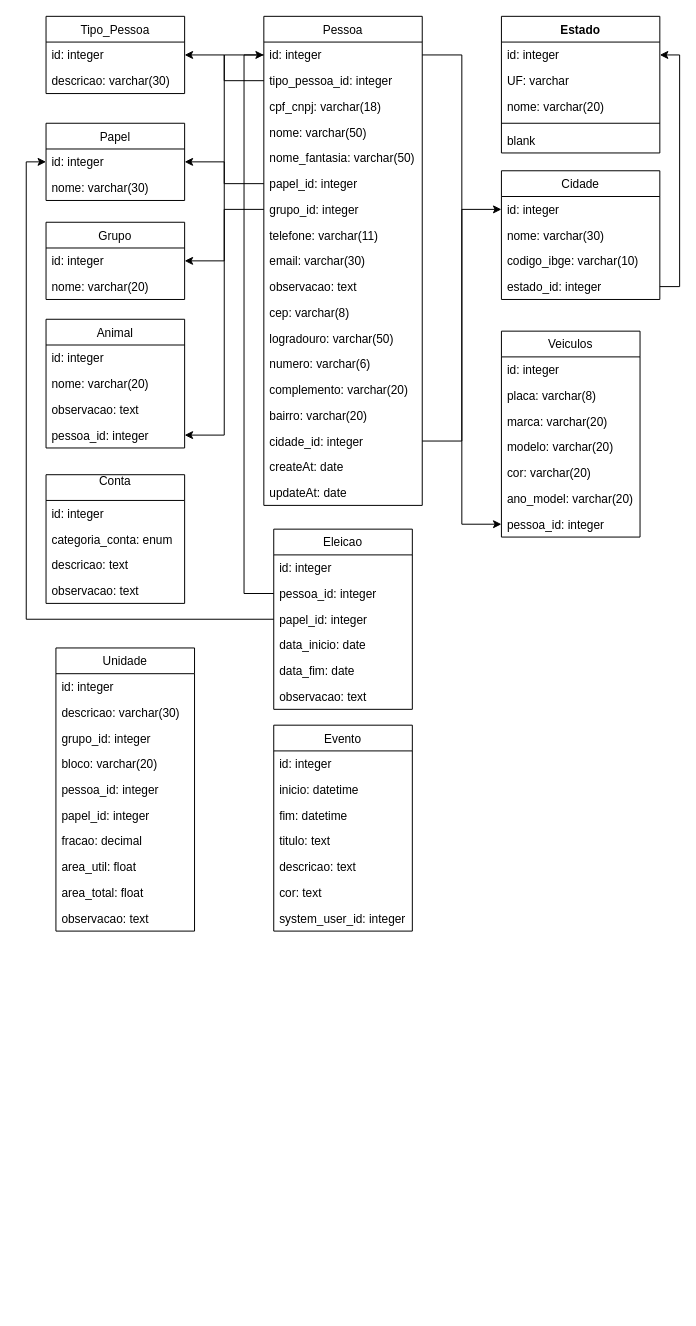
edusmrs/Condominio keeps this draw.io diagram as Diagrama de Classes db_condominio.drawio. Above is the earlier version. Source tidied: cells renumbered, new cells numbered last; positions are measured from the earlier drawing's top-left corner, leaving out a move shared by most shapes. Both pictures are drawn from the tidied source at 99%, with x=0, y=0 at pixel (46, 16).
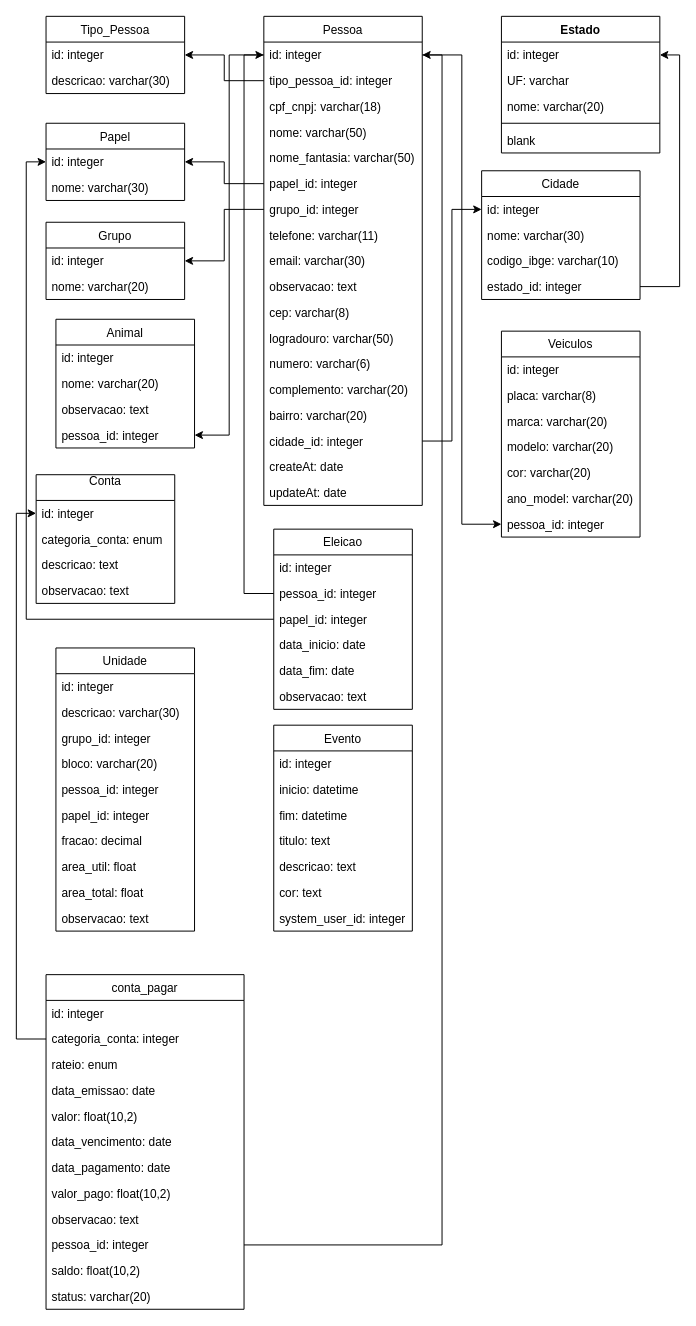
After the change.

The change refers to these unchanged cells:
```xml
<mxCell id="17" value="id: integer" style="text;strokeColor=none;fillColor=none;align=left;verticalAlign=top;spacingLeft=4;spacingRight=4;overflow=hidden;points=[[0,0.5],[1,0.5]];portConstraint=eastwest;" parent="16" vertex="1">
  <mxGeometry y="26" width="160" height="26" as="geometry" />
</mxCell>
<mxCell id="90" value="id: integer" style="text;strokeColor=none;fillColor=none;align=left;verticalAlign=top;spacingLeft=4;spacingRight=4;overflow=hidden;points=[[0,0.5],[1,0.5]];portConstraint=eastwest;" parent="89" vertex="1">
  <mxGeometry y="26" width="140" height="26" as="geometry" />
</mxCell>
```

What changed in the source:
```diff
@@
     <mxCell id="8" value="Cidade" style="swimlane;fontStyle=0;horizontal=1;startSize=26;fillColor=none;" parent="1" vertex="1">
-      <mxGeometry x="460" y="156" width="160" height="130" as="geometry" />
+      <mxGeometry x="440" y="156" width="160" height="130" as="geometry" />
     </mxCell>
@@
     <mxCell id="55" value="Animal" style="swimlane;fontStyle=0;horizontal=1;startSize=26;fillColor=none;" parent="1" vertex="1">
-      <mxGeometry y="306" width="140" height="130" as="geometry" />
+      <mxGeometry x="10" y="306" width="140" height="130" as="geometry" />
     </mxCell>
@@
     <mxCell id="89" value="Conta&#10;" style="swimlane;fontStyle=0;horizontal=1;startSize=26;fillColor=none;" parent="1" vertex="1">
-      <mxGeometry y="463" width="140" height="130" as="geometry" />
+      <mxGeometry x="-10" y="463" width="140" height="130" as="geometry" />
     </mxCell>
@@
+    <mxCell id="94" value="conta_pagar" style="swimlane;fontStyle=0;horizontal=1;startSize=26;fillColor=none;" parent="1" vertex="1">
+      <mxGeometry y="968" width="200" height="338" as="geometry" />
+    </mxCell>
+    <mxCell id="95" value="id: integer" style="text;strokeColor=none;fillColor=none;align=left;verticalAlign=top;spacingLeft=4;spacingRight=4;overflow=hidden;" parent="94" vertex="1">
+      <mxGeometry y="26" width="200" height="26" as="geometry" />
+    </mxCell>
+    <mxCell id="96" value="categoria_conta: integer" style="text;strokeColor=none;fillColor=none;align=left;verticalAlign=top;spacingLeft=4;spacingRight=4;overflow=hidden;points=[[0,0.5],[1,0.5]];portConstraint=eastwest;" parent="94" vertex="1">
+      <mxGeometry y="52" width="200" height="26" as="geometry" />
+    </mxCell>
+    <mxCell id="97" value="rateio: enum" style="text;strokeColor=none;fillColor=none;align=left;verticalAlign=top;spacingLeft=4;spacingRight=4;overflow=hidden;" parent="94" vertex="1">
+      <mxGeometry y="78" width="200" height="26" as="geometry" />
+    </mxCell>
+    <mxCell id="98" value="data_emissao: date" style="text;strokeColor=none;fillColor=none;align=left;verticalAlign=top;spacingLeft=4;spacingRight=4;overflow=hidden;" parent="94" vertex="1">
+      <mxGeometry y="104" width="200" height="26" as="geometry" />
+    </mxCell>
+    <mxCell id="99" value="valor: float(10,2)" style="text;strokeColor=none;fillColor=none;align=left;verticalAlign=top;spacingLeft=4;spacingRight=4;overflow=hidden;" parent="94" vertex="1">
+      <mxGeometry y="130" width="200" height="26" as="geometry" />
+    </mxCell>
+    <mxCell id="100" value="data_vencimento: date" style="text;strokeColor=none;fillColor=none;align=left;verticalAlign=top;spacingLeft=4;spacingRight=4;overflow=hidden;" parent="94" vertex="1">
+      <mxGeometry y="156" width="200" height="26" as="geometry" />
+    </mxCell>
+    <mxCell id="101" value="data_pagamento: date" style="text;strokeColor=none;fillColor=none;align=left;verticalAlign=top;spacingLeft=4;spacingRight=4;overflow=hidden;" parent="94" vertex="1">
+      <mxGeometry y="182" width="200" height="26" as="geometry" />
+    </mxCell>
+    <mxCell id="102" value="valor_pago: float(10,2)" style="text;strokeColor=none;fillColor=none;align=left;verticalAlign=top;spacingLeft=4;spacingRight=4;overflow=hidden;" parent="94" vertex="1">
+      <mxGeometry y="208" width="200" height="26" as="geometry" />
+    </mxCell>
+    <mxCell id="103" value="observacao: text" style="text;strokeColor=none;fillColor=none;align=left;verticalAlign=top;spacingLeft=4;spacingRight=4;overflow=hidden;" parent="94" vertex="1">
+      <mxGeometry y="234" width="200" height="26" as="geometry" />
+    </mxCell>
+    <mxCell id="104" value="pessoa_id: integer" style="text;strokeColor=none;fillColor=none;align=left;verticalAlign=top;spacingLeft=4;spacingRight=4;overflow=hidden;points=[[0,0.5],[1,0.5]];portConstraint=eastwest;" parent="94" vertex="1">
+      <mxGeometry y="260" width="200" height="26" as="geometry" />
+    </mxCell>
+    <mxCell id="105" value="saldo: float(10,2)" style="text;strokeColor=none;fillColor=none;align=left;verticalAlign=top;spacingLeft=4;spacingRight=4;overflow=hidden;" parent="94" vertex="1">
+      <mxGeometry y="286" width="200" height="26" as="geometry" />
+    </mxCell>
+    <mxCell id="106" value="status: varchar(20)" style="text;strokeColor=none;fillColor=none;align=left;verticalAlign=top;spacingLeft=4;spacingRight=4;overflow=hidden;" parent="94" vertex="1">
+      <mxGeometry y="312" width="200" height="26" as="geometry" />
+    </mxCell>
+    <mxCell id="107" style="edgeStyle=orthogonalEdgeStyle;rounded=0;jettySize=auto;html=1;exitX=0;exitY=0.5;exitDx=0;exitDy=0;entryX=0;entryY=0.5;entryDx=0;entryDy=0;" parent="1" edge="1" source="96" target="90">
+      <mxGeometry relative="1" as="geometry" />
+    </mxCell>
+    <mxCell id="108" style="edgeStyle=orthogonalEdgeStyle;rounded=0;jettySize=auto;html=1;exitX=1;exitY=0.5;exitDx=0;exitDy=0;entryX=1;entryY=0.5;entryDx=0;entryDy=0;" parent="1" edge="1" source="104" target="17">
+      <mxGeometry relative="1" as="geometry" />
+    </mxCell>
```
